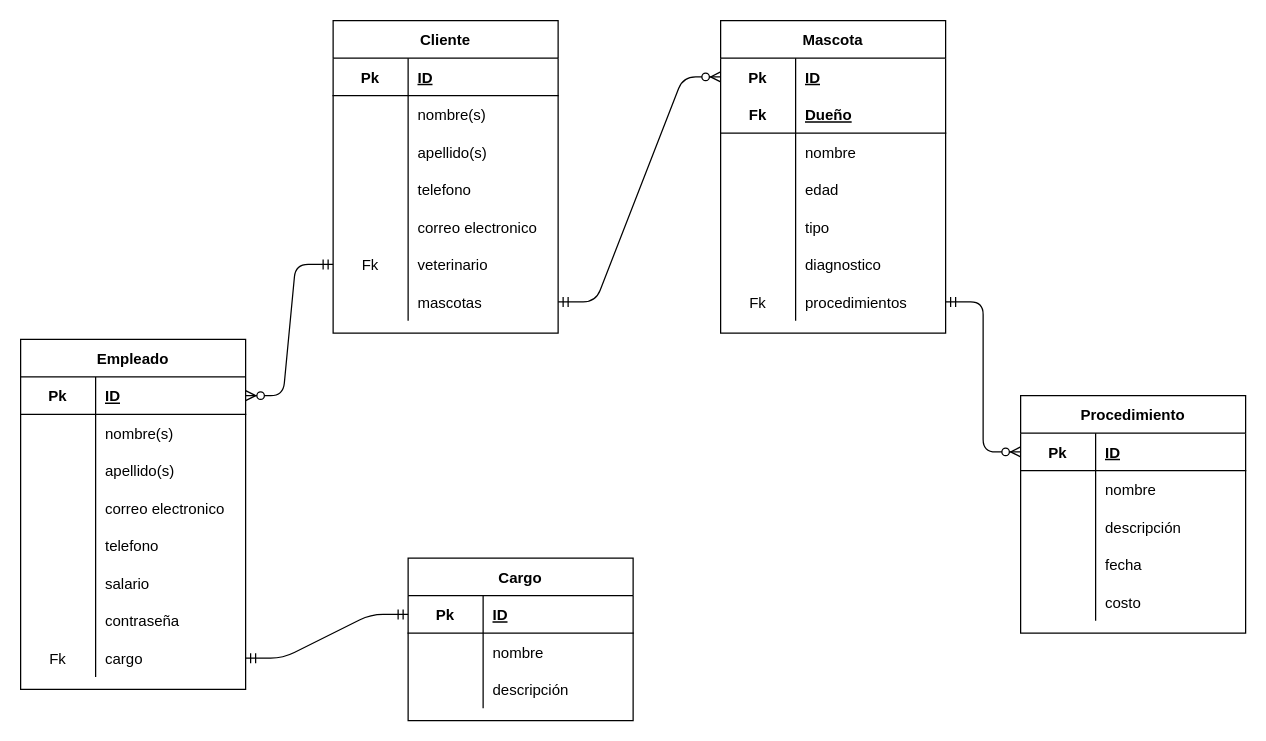
NataliaPerez08/proyectoETE keeps this draw.io diagram as page "modeloEntidadRelacion" (2 of 3) of Diagramas.drawio. Above is the earlier version. Source tidied: cells renumbered, new cells numbered last; positions are measured from the earlier drawing's top-left corner, leaving out a move shared by most shapes. Both pictures are drawn from the tidied source at 125%, with x=0, y=0 at pixel (20, 20).
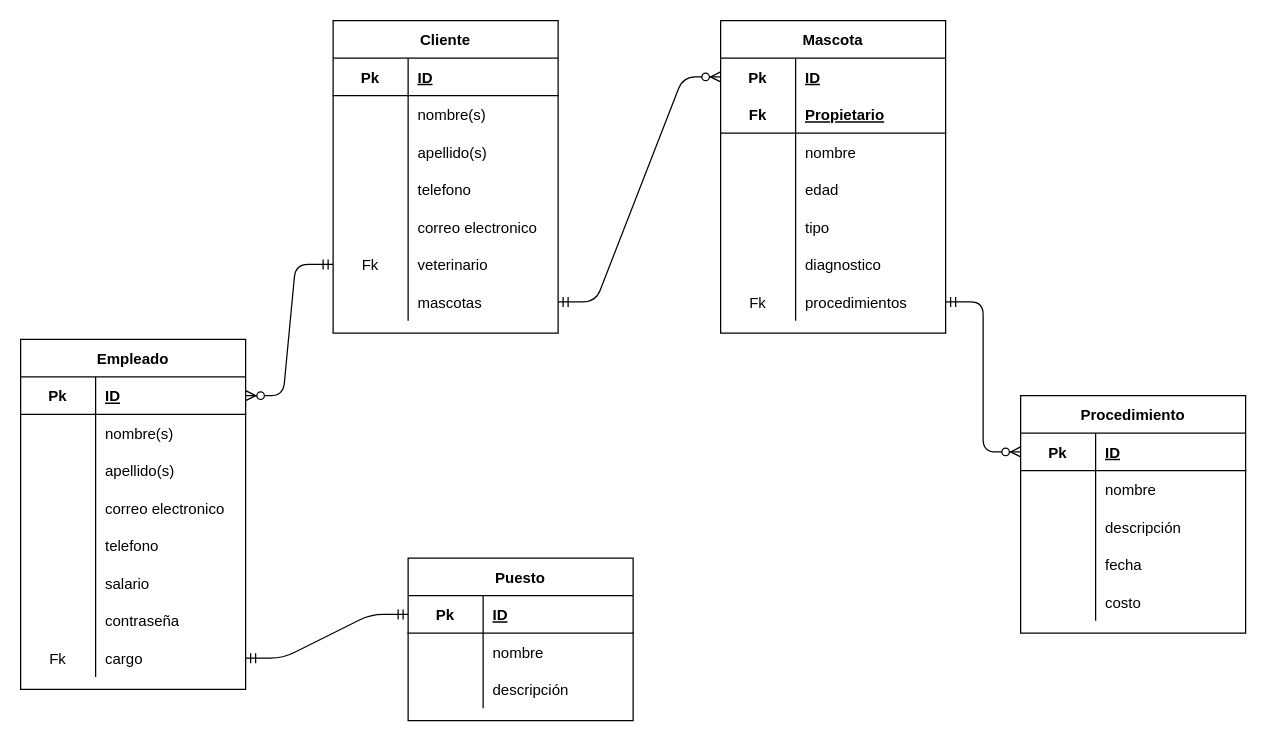
The same page after the edit.

Unchanged cells that the change refers to:
```xml
<mxCell id="69" style="shape=partialRectangle;fillColor=none;top=0;left=0;bottom=1;right=0;" parent="65" vertex="1">
  <mxGeometry y="60" width="180" height="30" as="geometry" />
</mxCell>
```

What changed in the source:
```diff
@@
-    <mxCell id="71" value="Dueño" style="shape=partialRectangle;fillColor=none;top=0;left=0;bottom=0;right=0;align=left;spacingLeft=6;fontStyle=5;overflow=hidden;" parent="69" vertex="1">
+    <mxCell id="71" value="Propietario" style="shape=partialRectangle;fillColor=none;top=0;left=0;bottom=0;right=0;align=left;spacingLeft=6;fontStyle=5;overflow=hidden;" parent="69" vertex="1">
       <mxGeometry x="60" width="120" height="30" as="geometry" />
     </mxCell>
@@
-    <mxCell id="90" value="Cargo" style="shape=table;startSize=30;childLayout=tableLayout;rowLines=0;fontStyle=1;align=center;" parent="1" vertex="1">
+    <mxCell id="90" value="Puesto" style="shape=table;startSize=30;childLayout=tableLayout;rowLines=0;fontStyle=1;align=center;" parent="1" vertex="1">
       <mxGeometry x="310" y="430" width="180" height="130" as="geometry" />
     </mxCell>
```
